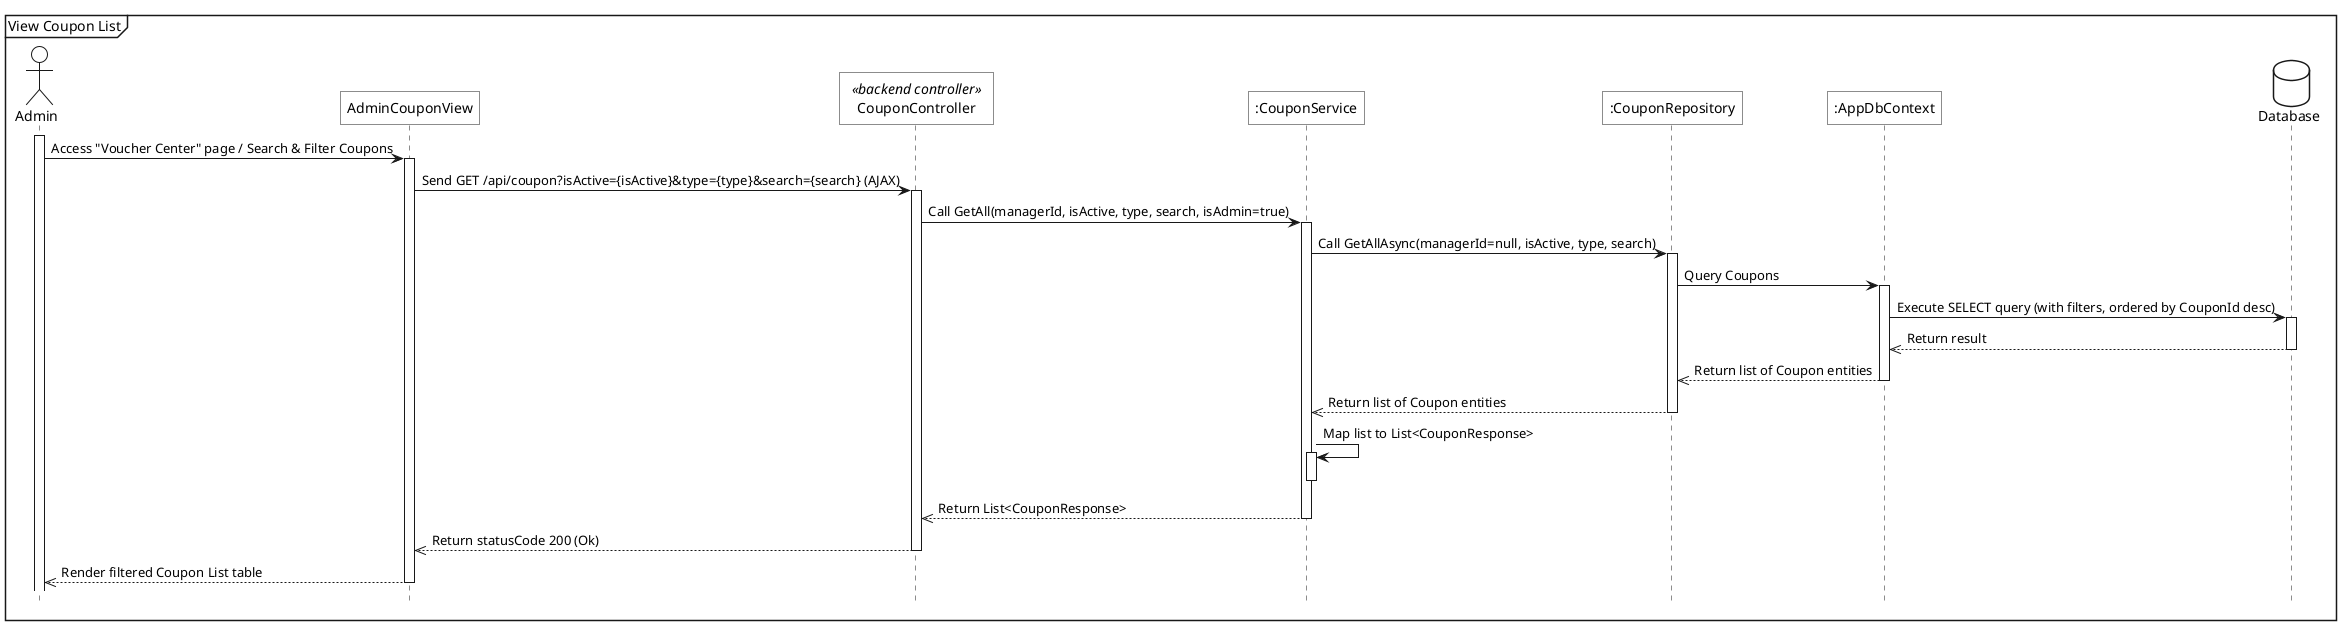
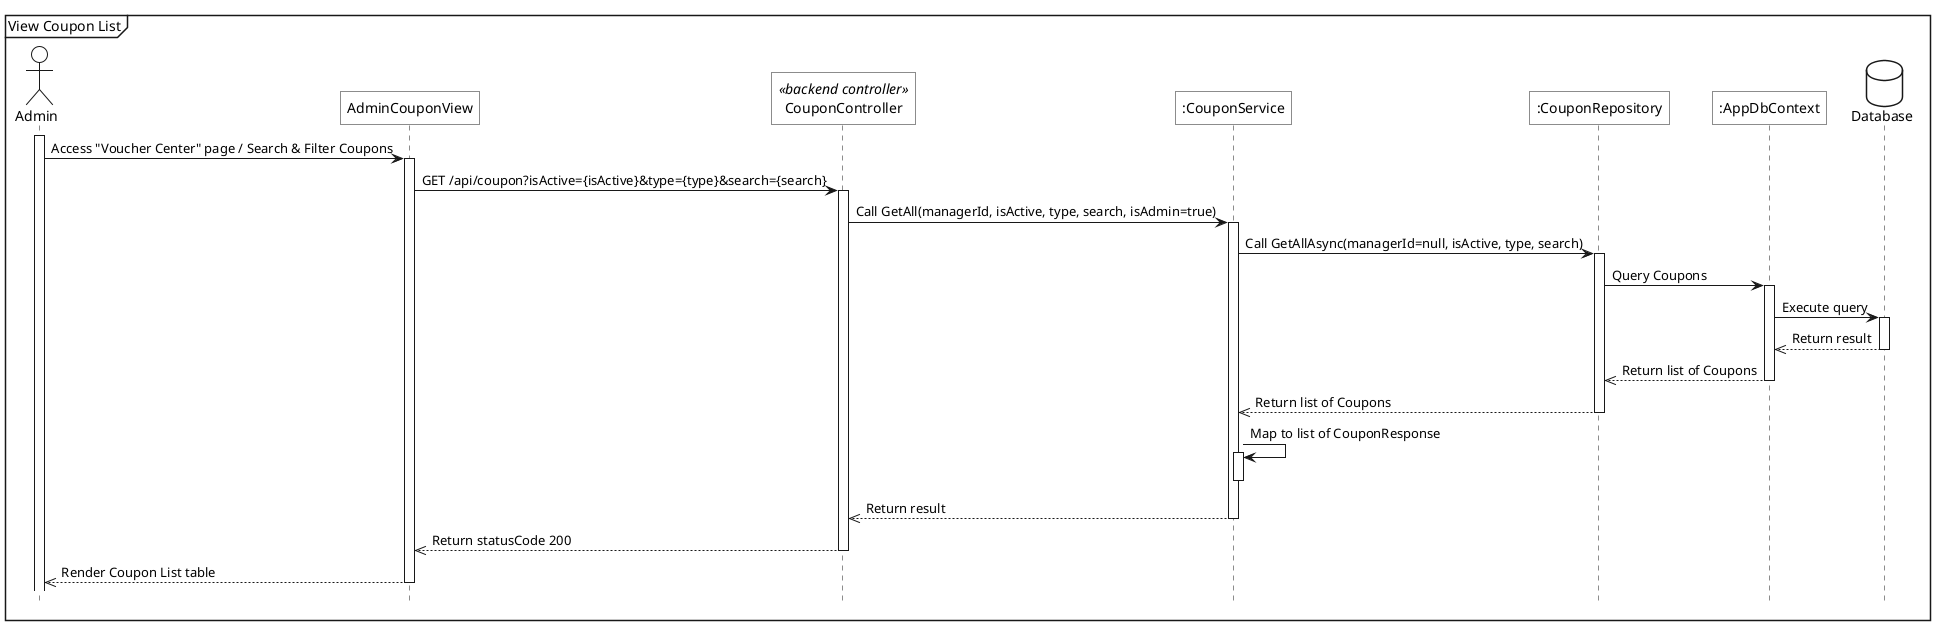
@startuml
<style>
    sequenceDiagram{
        actor{
            BackgroundColor white
            LineThickness 1.0
        }
        participant{
            BackgroundColor white
            RoundCorner 0
        }
        database{
            BackgroundColor white
        }
        groupHeader{
            BackgroundColor white
        }
        referenceHeader{
            BackgroundColor white
        }
        reference{
            BackgroundColor white
        }
    }
</style>

hide footbox

mainframe View Coupon List
actor Admin as act

participant "AdminCouponView" as view
- participant "   CouponController   " as be_ctrl <<backend controller>>
+ participant "CouponController" as be_ctrl <<backend controller>>
participant ":CouponService" as sv
participant ":CouponRepository" as repo
participant ":AppDbContext" as ctx
database Database as db

act++
act->view++: Access "Voucher Center" page / Search & Filter Coupons
- view->be_ctrl++: Send GET /api/coupon?isActive={isActive}&type={type}&search={search} (AJAX)
+ view->be_ctrl++: GET /api/coupon?isActive={isActive}&type={type}&search={search}

be_ctrl->sv++: Call GetAll(managerId, isActive, type, search, isAdmin=true)
sv->repo++: Call GetAllAsync(managerId=null, isActive, type, search)
repo->ctx++: Query Coupons
- ctx->db++: Execute SELECT query (with filters, ordered by CouponId desc)
+ ctx->db++: Execute query
db-->>ctx--: Return result
- ctx-->>repo--: Return list of Coupon entities
- repo-->>sv--: Return list of Coupon entities
+ ctx-->>repo--: Return list of Coupons
+ repo-->>sv--: Return list of Coupons

- sv->sv++: Map list to List<CouponResponse>
+ sv->sv++: Map to list of CouponResponse
sv--

- sv-->>be_ctrl--: Return List<CouponResponse>
- be_ctrl-->>view--: Return statusCode 200 (Ok)
- view-->>act--: Render filtered Coupon List table
+ sv-->>be_ctrl--: Return result
+ be_ctrl-->>view--: Return statusCode 200
+ view-->>act--: Render Coupon List table
@enduml
